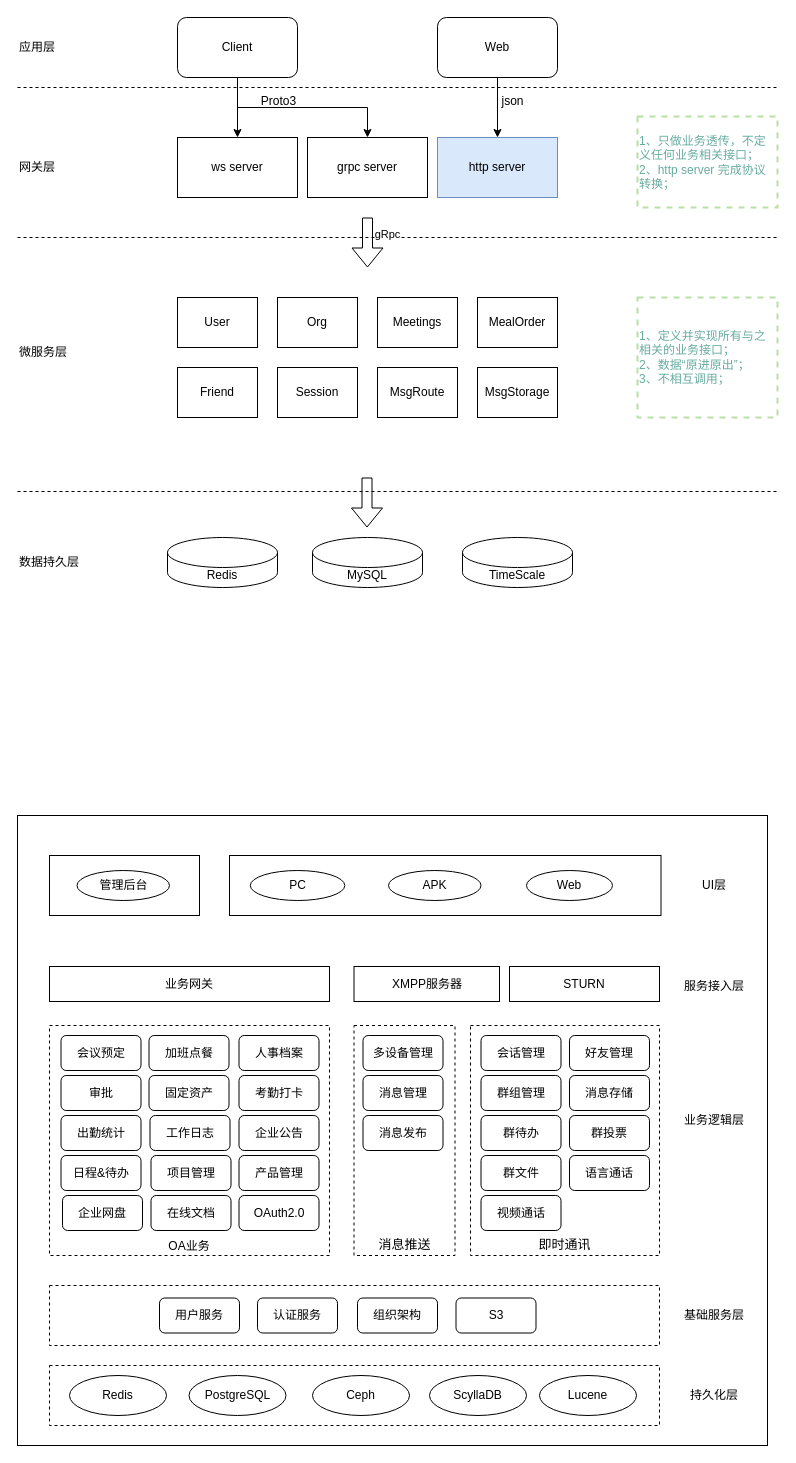
Above: page "OA架构图" (3 of 4) of StreamOA架构设计.drawio in zebra-min/my-design (draw.io), before the change. Source tidied: cells renumbered, new cells numbered last; positions are measured from the earlier drawing's top-left corner, leaving out a move shared by most shapes. Both pictures are drawn from the tidied source at 100%, with x=0, y=0 at pixel (17, 17).
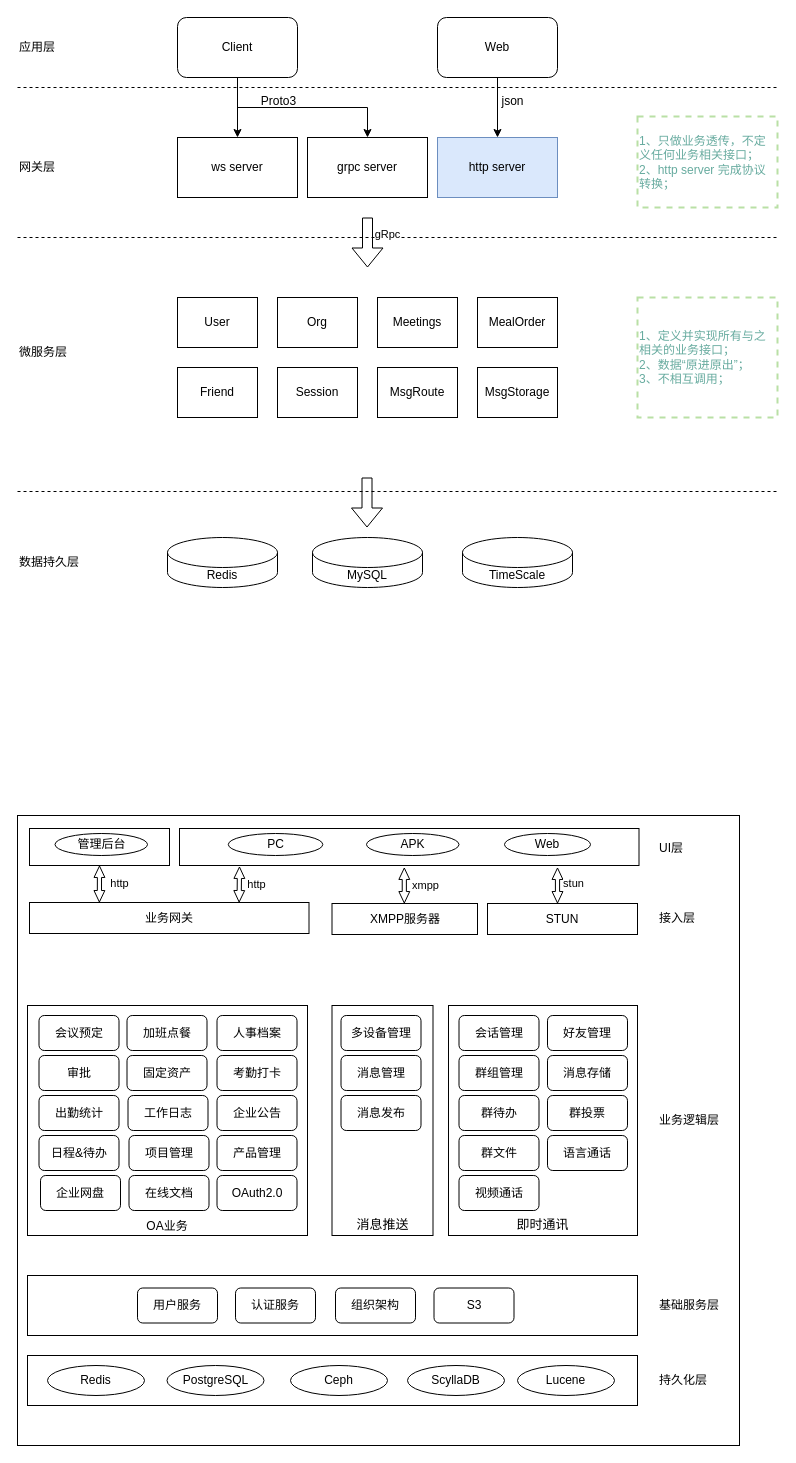
The same page after the edit.

Commit message:
更新StreamOA架构设计.drawio

Change to the diagram source:
```diff
@@
     <mxCell id="35" style="rounded=0;whiteSpace=wrap;html=1;" parent="1" vertex="1">
-      <mxGeometry y="798" width="750" height="630" as="geometry" />
+      <mxGeometry y="798" width="722" height="630" as="geometry" />
     </mxCell>
     <mxCell id="36" style="rounded=0;whiteSpace=wrap;html=1;" parent="1" vertex="1">
-      <mxGeometry x="212" y="838" width="431.5" height="60" as="geometry" />
+      <mxGeometry x="162" y="811" width="459.5" height="37" as="geometry" />
     </mxCell>
     <mxCell id="37" value="APK" style="ellipse;whiteSpace=wrap;html=1;" parent="1" vertex="1">
-      <mxGeometry x="371" y="853" width="92.5" height="30" as="geometry" />
+      <mxGeometry x="349" y="816" width="92.5" height="22" as="geometry" />
     </mxCell>
     <mxCell id="38" value="Web" style="ellipse;whiteSpace=wrap;html=1;" parent="1" vertex="1">
-      <mxGeometry x="509" y="853" width="86" height="30" as="geometry" />
+      <mxGeometry x="487" y="816" width="86" height="22" as="geometry" />
     </mxCell>
-    <mxCell id="39" value="OA业务" style="rounded=0;whiteSpace=wrap;html=1;fillStyle=auto;dashed=1;fillColor=none;verticalAlign=bottom;align=center;" parent="1" vertex="1">
-      <mxGeometry x="32" y="1008" width="280" height="230" as="geometry" />
+    <mxCell id="39" value="OA业务" style="rounded=0;whiteSpace=wrap;html=1;fillStyle=auto;fillColor=none;verticalAlign=bottom;align=center;" parent="1" vertex="1">
+      <mxGeometry x="10" y="988" width="280" height="230" as="geometry" />
     </mxCell>
-    <mxCell id="40" value="业务网关" style="rounded=0;whiteSpace=wrap;html=1;" parent="1" vertex="1">
-      <mxGeometry x="32" y="949" width="280" height="35" as="geometry" />
+    <mxCell id="40" value="业务网关" style="rounded=0;whiteSpace=wrap;html=1;points=[[0,0,0,0,0],[0,0.25,0,0,0],[0,0.5,0,0,0],[0,0.75,0,0,0],[0,1,0,0,0],[0.25,0,0,0,0],[0.25,1,0,0,0],[0.5,1,0,0,0],[0.54,0,0,0,-3],[0.75,0,0,0,0],[0.75,1,0,0,0],[1,0,0,0,0],[1,0.25,0,0,0],[1,0.5,0,0,0],[1,0.75,0,0,0],[1,1,0,0,0]];" parent="1" vertex="1">
+      <mxGeometry x="12" y="885" width="279.5" height="31" as="geometry" />
     </mxCell>
     <mxCell id="41" value="XMPP服务器" style="rounded=0;whiteSpace=wrap;html=1;" parent="1" vertex="1">
-      <mxGeometry x="336.5" y="949" width="145.5" height="35" as="geometry" />
+      <mxGeometry x="314.5" y="886" width="145.5" height="31" as="geometry" />
     </mxCell>
     <mxCell id="42" value="PC" style="ellipse;whiteSpace=wrap;html=1;" parent="1" vertex="1">
-      <mxGeometry x="232.8" y="853" width="94.5" height="30" as="geometry" />
+      <mxGeometry x="210.8" y="816" width="94.5" height="22" as="geometry" />
     </mxCell>
     <mxCell id="43" value="会议预定" style="rounded=1;whiteSpace=wrap;html=1;" parent="1" vertex="1">
-      <mxGeometry x="43.5" y="1018" width="80" height="35" as="geometry" />
+      <mxGeometry x="21.5" y="998" width="80" height="35" as="geometry" />
     </mxCell>
     <mxCell id="44" value="加班点餐" style="rounded=1;whiteSpace=wrap;html=1;" parent="1" vertex="1">
-      <mxGeometry x="131.5" y="1018" width="80" height="35" as="geometry" />
+      <mxGeometry x="109.5" y="998" width="80" height="35" as="geometry" />
     </mxCell>
     <mxCell id="45" value="人事档案" style="rounded=1;whiteSpace=wrap;html=1;" parent="1" vertex="1">
-      <mxGeometry x="221.5" y="1018" width="80" height="35" as="geometry" />
+      <mxGeometry x="199.5" y="998" width="80" height="35" as="geometry" />
     </mxCell>
     <mxCell id="46" value="审批" style="rounded=1;whiteSpace=wrap;html=1;" parent="1" vertex="1">
-      <mxGeometry x="43.5" y="1058" width="80" height="35" as="geometry" />
+      <mxGeometry x="21.5" y="1038" width="80" height="35" as="geometry" />
     </mxCell>
     <mxCell id="47" value="固定资产" style="rounded=1;whiteSpace=wrap;html=1;" parent="1" vertex="1">
-      <mxGeometry x="131.5" y="1058" width="80" height="35" as="geometry" />
+      <mxGeometry x="109.5" y="1038" width="80" height="35" as="geometry" />
     </mxCell>
     <mxCell id="48" value="考勤打卡" style="rounded=1;whiteSpace=wrap;html=1;" parent="1" vertex="1">
-      <mxGeometry x="221.5" y="1058" width="80" height="35" as="geometry" />
+      <mxGeometry x="199.5" y="1038" width="80" height="35" as="geometry" />
     </mxCell>
     <mxCell id="49" value="企业公告" style="rounded=1;whiteSpace=wrap;html=1;" parent="1" vertex="1">
-      <mxGeometry x="221.5" y="1098" width="80" height="35" as="geometry" />
+      <mxGeometry x="199.5" y="1078" width="80" height="35" as="geometry" />
     </mxCell>
     <mxCell id="50" value="出勤统计" style="rounded=1;whiteSpace=wrap;html=1;" parent="1" vertex="1">
-      <mxGeometry x="43.5" y="1098" width="80" height="35" as="geometry" />
+      <mxGeometry x="21.5" y="1078" width="80" height="35" as="geometry" />
     </mxCell>
     <mxCell id="51" value="工作日志" style="rounded=1;whiteSpace=wrap;html=1;" parent="1" vertex="1">
-      <mxGeometry x="132.5" y="1098" width="80" height="35" as="geometry" />
+      <mxGeometry x="110.5" y="1078" width="80" height="35" as="geometry" />
     </mxCell>
-    <mxCell id="52" style="rounded=0;whiteSpace=wrap;html=1;fillStyle=auto;dashed=1;fillColor=none;" parent="1" vertex="1">
-      <mxGeometry x="32" y="1268" width="610" height="60" as="geometry" />
+    <mxCell id="52" style="rounded=0;whiteSpace=wrap;html=1;fillStyle=auto;fillColor=none;" parent="1" vertex="1">
+      <mxGeometry x="10" y="1258" width="610" height="60" as="geometry" />
     </mxCell>
     <mxCell id="53" value="用户服务" style="rounded=1;whiteSpace=wrap;html=1;" parent="1" vertex="1">
-      <mxGeometry x="142" y="1280.5" width="80" height="35" as="geometry" />
+      <mxGeometry x="120" y="1270.5" width="80" height="35" as="geometry" />
     </mxCell>
     <mxCell id="54" value="认证服务" style="rounded=1;whiteSpace=wrap;html=1;" parent="1" vertex="1">
-      <mxGeometry x="240" y="1280.5" width="80" height="35" as="geometry" />
+      <mxGeometry x="218" y="1270.5" width="80" height="35" as="geometry" />
     </mxCell>
     <mxCell id="55" value="组织架构" style="rounded=1;whiteSpace=wrap;html=1;" parent="1" vertex="1">
-      <mxGeometry x="340" y="1280.5" width="80" height="35" as="geometry" />
+      <mxGeometry x="318" y="1270.5" width="80" height="35" as="geometry" />
     </mxCell>
     <mxCell id="56" value="S3" style="rounded=1;whiteSpace=wrap;html=1;" parent="1" vertex="1">
-      <mxGeometry x="438.5" y="1280.5" width="80" height="35" as="geometry" />
+      <mxGeometry x="416.5" y="1270.5" width="80" height="35" as="geometry" />
     </mxCell>
-    <mxCell id="57" value="消息推送" style="rounded=0;whiteSpace=wrap;html=1;fillStyle=auto;dashed=1;fillColor=none;verticalAlign=bottom;align=center;fontFamily=Helvetica;fontSize=13;" parent="1" vertex="1">
-      <mxGeometry x="336.5" y="1008" width="101" height="230" as="geometry" />
+    <mxCell id="57" value="消息推送" style="rounded=0;whiteSpace=wrap;html=1;fillStyle=auto;fillColor=none;verticalAlign=bottom;align=center;fontFamily=Helvetica;fontSize=13;" parent="1" vertex="1">
+      <mxGeometry x="314.5" y="988" width="101" height="230" as="geometry" />
     </mxCell>
     <mxCell id="58" value="多设备管理" style="rounded=1;whiteSpace=wrap;html=1;" parent="1" vertex="1">
-      <mxGeometry x="345.5" y="1018" width="80" height="35" as="geometry" />
+      <mxGeometry x="323.5" y="998" width="80" height="35" as="geometry" />
     </mxCell>
     <mxCell id="59" value="消息管理" style="rounded=1;whiteSpace=wrap;html=1;" parent="1" vertex="1">
-      <mxGeometry x="345.5" y="1058" width="80" height="35" as="geometry" />
+      <mxGeometry x="323.5" y="1038" width="80" height="35" as="geometry" />
     </mxCell>
     <mxCell id="60" value="消息发布" style="rounded=1;whiteSpace=wrap;html=1;" parent="1" vertex="1">
-      <mxGeometry x="345.5" y="1098" width="80" height="35" as="geometry" />
+      <mxGeometry x="323.5" y="1078" width="80" height="35" as="geometry" />
     </mxCell>
-    <mxCell id="61" value="即时通讯" style="rounded=0;whiteSpace=wrap;html=1;fillStyle=auto;dashed=1;fillColor=none;verticalAlign=bottom;align=center;fontFamily=Helvetica;fontSize=13;" parent="1" vertex="1">
-      <mxGeometry x="453" y="1008" width="189" height="230" as="geometry" />
+    <mxCell id="61" value="即时通讯" style="rounded=0;whiteSpace=wrap;html=1;fillStyle=auto;fillColor=none;verticalAlign=bottom;align=center;fontFamily=Helvetica;fontSize=13;" parent="1" vertex="1">
+      <mxGeometry x="431" y="988" width="189" height="230" as="geometry" />
     </mxCell>
     <mxCell id="62" value="会话管理" style="rounded=1;whiteSpace=wrap;html=1;" parent="1" vertex="1">
-      <mxGeometry x="463.5" y="1018" width="80" height="35" as="geometry" />
+      <mxGeometry x="441.5" y="998" width="80" height="35" as="geometry" />
     </mxCell>
     <mxCell id="63" value="好友管理" style="rounded=1;whiteSpace=wrap;html=1;" parent="1" vertex="1">
-      <mxGeometry x="552" y="1018" width="80" height="35" as="geometry" />
+      <mxGeometry x="530" y="998" width="80" height="35" as="geometry" />
     </mxCell>
     <mxCell id="64" value="群组管理" style="rounded=1;whiteSpace=wrap;html=1;" parent="1" vertex="1">
-      <mxGeometry x="463.5" y="1058" width="80" height="35" as="geometry" />
+      <mxGeometry x="441.5" y="1038" width="80" height="35" as="geometry" />
     </mxCell>
     <mxCell id="65" value="OAuth2.0" style="rounded=1;whiteSpace=wrap;html=1;" parent="1" vertex="1">
-      <mxGeometry x="221.5" y="1178" width="80" height="35" as="geometry" />
+      <mxGeometry x="199.5" y="1158" width="80" height="35" as="geometry" />
     </mxCell>
     <mxCell id="66" value="日程&amp;amp;待办" style="rounded=1;whiteSpace=wrap;html=1;" parent="1" vertex="1">
-      <mxGeometry x="43.5" y="1138" width="80" height="35" as="geometry" />
+      <mxGeometry x="21.5" y="1118" width="80" height="35" as="geometry" />
     </mxCell>
     <mxCell id="67" value="项目管理" style="rounded=1;whiteSpace=wrap;html=1;" parent="1" vertex="1">
-      <mxGeometry x="133.5" y="1138" width="80" height="35" as="geometry" />
+      <mxGeometry x="111.5" y="1118" width="80" height="35" as="geometry" />
     </mxCell>
     <mxCell id="68" value="产品管理" style="rounded=1;whiteSpace=wrap;html=1;" parent="1" vertex="1">
-      <mxGeometry x="221.5" y="1138" width="80" height="35" as="geometry" />
+      <mxGeometry x="199.5" y="1118" width="80" height="35" as="geometry" />
     </mxCell>
     <mxCell id="69" value="企业网盘" style="rounded=1;whiteSpace=wrap;html=1;" parent="1" vertex="1">
-      <mxGeometry x="45" y="1178" width="80" height="35" as="geometry" />
+      <mxGeometry x="23" y="1158" width="80" height="35" as="geometry" />
     </mxCell>
     <mxCell id="70" value="群文件" style="rounded=1;whiteSpace=wrap;html=1;" parent="1" vertex="1">
-      <mxGeometry x="463.5" y="1138" width="80" height="35" as="geometry" />
+      <mxGeometry x="441.5" y="1118" width="80" height="35" as="geometry" />
     </mxCell>
     <mxCell id="71" value="群待办" style="rounded=1;whiteSpace=wrap;html=1;" parent="1" vertex="1">
-      <mxGeometry x="463.5" y="1098" width="80" height="35" as="geometry" />
+      <mxGeometry x="441.5" y="1078" width="80" height="35" as="geometry" />
     </mxCell>
     <mxCell id="72" value="群投票" style="rounded=1;whiteSpace=wrap;html=1;" parent="1" vertex="1">
-      <mxGeometry x="552" y="1098" width="80" height="35" as="geometry" />
+      <mxGeometry x="530" y="1078" width="80" height="35" as="geometry" />
     </mxCell>
     <mxCell id="73" value="在线文档" style="rounded=1;whiteSpace=wrap;html=1;" parent="1" vertex="1">
-      <mxGeometry x="133.5" y="1178" width="80" height="35" as="geometry" />
+      <mxGeometry x="111.5" y="1158" width="80" height="35" as="geometry" />
     </mxCell>
     <mxCell id="74" value="消息存储" style="rounded=1;whiteSpace=wrap;html=1;" parent="1" vertex="1">
-      <mxGeometry x="552" y="1058" width="80" height="35" as="geometry" />
+      <mxGeometry x="530" y="1038" width="80" height="35" as="geometry" />
     </mxCell>
     <mxCell id="75" value="语言通话" style="rounded=1;whiteSpace=wrap;html=1;" parent="1" vertex="1">
-      <mxGeometry x="552" y="1138" width="80" height="35" as="geometry" />
+      <mxGeometry x="530" y="1118" width="80" height="35" as="geometry" />
     </mxCell>
     <mxCell id="76" value="视频通话" style="rounded=1;whiteSpace=wrap;html=1;" parent="1" vertex="1">
-      <mxGeometry x="463.5" y="1178" width="80" height="35" as="geometry" />
+      <mxGeometry x="441.5" y="1158" width="80" height="35" as="geometry" />
     </mxCell>
-    <mxCell id="77" value="STURN" style="rounded=0;whiteSpace=wrap;html=1;" parent="1" vertex="1">
-      <mxGeometry x="492" y="949" width="150" height="35" as="geometry" />
+    <mxCell id="77" value="STUN" style="rounded=0;whiteSpace=wrap;html=1;" parent="1" vertex="1">
+      <mxGeometry x="470" y="886" width="150" height="31" as="geometry" />
     </mxCell>
-    <mxCell id="78" style="rounded=0;whiteSpace=wrap;html=1;fillStyle=auto;dashed=1;fillColor=none;" parent="1" vertex="1">
-      <mxGeometry x="32" y="1348" width="610" height="60" as="geometry" />
+    <mxCell id="78" style="rounded=0;whiteSpace=wrap;html=1;fillStyle=auto;fillColor=none;" parent="1" vertex="1">
+      <mxGeometry x="10" y="1338" width="610" height="50" as="geometry" />
     </mxCell>
     <mxCell id="79" value="Redis" style="ellipse;whiteSpace=wrap;html=1;" parent="1" vertex="1">
-      <mxGeometry x="52" y="1358" width="97" height="40" as="geometry" />
+      <mxGeometry x="30" y="1348" width="97" height="30" as="geometry" />
     </mxCell>
     <mxCell id="80" style="rounded=0;whiteSpace=wrap;html=1;" parent="1" vertex="1">
-      <mxGeometry x="32" y="838" width="150" height="60" as="geometry" />
+      <mxGeometry x="12" y="811" width="140" height="37" as="geometry" />
     </mxCell>
     <mxCell id="81" value="PostgreSQL" style="ellipse;whiteSpace=wrap;html=1;" parent="1" vertex="1">
-      <mxGeometry x="171.5" y="1358" width="97" height="40" as="geometry" />
+      <mxGeometry x="149.5" y="1348" width="97" height="30" as="geometry" />
     </mxCell>
     <mxCell id="82" value="Ceph" style="ellipse;whiteSpace=wrap;html=1;" parent="1" vertex="1">
-      <mxGeometry x="295" y="1358" width="97" height="40" as="geometry" />
+      <mxGeometry x="273" y="1348" width="97" height="30" as="geometry" />
     </mxCell>
     <mxCell id="83" value="ScyllaDB" style="ellipse;whiteSpace=wrap;html=1;" parent="1" vertex="1">
-      <mxGeometry x="412" y="1358" width="97" height="40" as="geometry" />
+      <mxGeometry x="390" y="1348" width="97" height="30" as="geometry" />
     </mxCell>
     <mxCell id="84" value="Lucene" style="ellipse;whiteSpace=wrap;html=1;" parent="1" vertex="1">
-      <mxGeometry x="522" y="1358" width="97" height="40" as="geometry" />
+      <mxGeometry x="500" y="1348" width="97" height="30" as="geometry" />
     </mxCell>
     <mxCell id="85" value="管理后台" style="ellipse;whiteSpace=wrap;html=1;" parent="1" vertex="1">
-      <mxGeometry x="59.5" y="853" width="92.5" height="30" as="geometry" />
+      <mxGeometry x="37.5" y="816" width="92.5" height="22" as="geometry" />
     </mxCell>
-    <mxCell id="86" value="基础服务层" style="text;html=1;align=center;verticalAlign=middle;whiteSpace=wrap;rounded=0;" parent="1" vertex="1">
-      <mxGeometry x="662" y="1283" width="70" height="30" as="geometry" />
+    <mxCell id="86" value="基础服务层" style="text;html=1;align=left;verticalAlign=middle;whiteSpace=wrap;rounded=0;" parent="1" vertex="1">
+      <mxGeometry x="640" y="1273" width="70" height="30" as="geometry" />
     </mxCell>
-    <mxCell id="87" value="业务逻辑层" style="text;html=1;align=center;verticalAlign=middle;whiteSpace=wrap;rounded=0;" parent="1" vertex="1">
-      <mxGeometry x="662" y="1088" width="70" height="30" as="geometry" />
+    <mxCell id="87" value="业务逻辑层" style="text;html=1;align=left;verticalAlign=middle;whiteSpace=wrap;rounded=0;" parent="1" vertex="1">
+      <mxGeometry x="640" y="1088" width="70" height="30" as="geometry" />
     </mxCell>
-    <mxCell id="88" value="服务接入层" style="text;html=1;align=center;verticalAlign=middle;whiteSpace=wrap;rounded=0;" parent="1" vertex="1">
-      <mxGeometry x="662" y="954" width="70" height="30" as="geometry" />
-    </mxCell>
-    <mxCell id="89" value="持久化层" style="text;html=1;align=center;verticalAlign=middle;whiteSpace=wrap;rounded=0;" parent="1" vertex="1">
-      <mxGeometry x="662" y="1363" width="70" height="30" as="geometry" />
+    <mxCell id="89" value="持久化层" style="text;html=1;align=left;verticalAlign=middle;whiteSpace=wrap;rounded=0;" parent="1" vertex="1">
+      <mxGeometry x="640" y="1348" width="70" height="30" as="geometry" />
     </mxCell>
-    <mxCell id="90" value="UI层" style="text;html=1;align=center;verticalAlign=middle;whiteSpace=wrap;rounded=0;" parent="1" vertex="1">
-      <mxGeometry x="662" y="853" width="70" height="30" as="geometry" />
+    <mxCell id="90" value="UI层" style="text;html=1;align=left;verticalAlign=middle;whiteSpace=wrap;rounded=0;" parent="1" vertex="1">
+      <mxGeometry x="640" y="816" width="70" height="30" as="geometry" />
     </mxCell>
+    <mxCell id="91" value="接入层" style="text;html=1;align=left;verticalAlign=middle;whiteSpace=wrap;rounded=0;" parent="1" vertex="1">
+      <mxGeometry x="640" y="886" width="70" height="30" as="geometry" />
+    </mxCell>
+    <mxCell id="92" style="shape=flexArrow;endArrow=classic;startArrow=classic;html=1;rounded=0;width=4.166666666666667;endSize=3.491666666666667;endWidth=5.694444444444445;startWidth=5.694444444444445;startSize=3.491666666666667;entryX=0.5;entryY=1;entryDx=0;entryDy=0;exitX=0.25;exitY=0;exitDx=0;exitDy=0;exitPerimeter=0;" parent="1" edge="1" source="40" target="80">
+      <mxGeometry relative="1" as="geometry" />
+    </mxCell>
+    <mxCell id="93" value="http" style="edgeLabel;html=1;align=center;verticalAlign=middle;" parent="92" vertex="1">
+      <mxGeometry x="0.1" y="-5" relative="1" as="geometry">
+        <mxPoint x="15" as="offset" />
+      </mxGeometry>
+    </mxCell>
+    <mxCell id="94" style="shape=flexArrow;endArrow=classic;startArrow=classic;html=1;rounded=0;width=4.166666666666667;endSize=3.491666666666667;endWidth=5.694444444444445;startWidth=5.694444444444445;startSize=3.491666666666667;exitX=0.75;exitY=0;exitDx=0;exitDy=0;exitPerimeter=0;" parent="1" edge="1" source="40">
+      <mxGeometry relative="1" as="geometry">
+        <mxPoint x="222" y="849" as="targetPoint" />
+      </mxGeometry>
+    </mxCell>
+    <mxCell id="95" value="http" style="edgeLabel;html=1;align=center;verticalAlign=middle;" parent="94" vertex="1">
+      <mxGeometry x="0.04" y="-3" relative="1" as="geometry">
+        <mxPoint x="14" as="offset" />
+      </mxGeometry>
+    </mxCell>
+    <mxCell id="96" style="shape=flexArrow;endArrow=classic;startArrow=classic;html=1;rounded=0;width=4.166666666666667;endSize=3.491666666666667;endWidth=5.694444444444445;startWidth=5.694444444444445;startSize=3.491666666666667;exitX=0.75;exitY=0;exitDx=0;exitDy=0;exitPerimeter=0;" parent="1" edge="1">
+      <mxGeometry relative="1" as="geometry">
+        <mxPoint x="386.8" y="886" as="sourcePoint" />
+        <mxPoint x="386.8" y="850" as="targetPoint" />
+      </mxGeometry>
+    </mxCell>
+    <mxCell id="97" value="xmpp" style="edgeLabel;html=1;align=center;verticalAlign=middle;" parent="96" vertex="1">
+      <mxGeometry x="0.04" y="-3" relative="1" as="geometry">
+        <mxPoint x="18" as="offset" />
+      </mxGeometry>
+    </mxCell>
+    <mxCell id="98" style="shape=flexArrow;endArrow=classic;startArrow=classic;html=1;rounded=0;width=4.166666666666667;endSize=3.491666666666667;endWidth=5.694444444444445;startWidth=5.694444444444445;startSize=3.491666666666667;exitX=0.75;exitY=0;exitDx=0;exitDy=0;exitPerimeter=0;" parent="1" edge="1">
+      <mxGeometry relative="1" as="geometry">
+        <mxPoint x="540" y="886" as="sourcePoint" />
+        <mxPoint x="540" y="850" as="targetPoint" />
+      </mxGeometry>
+    </mxCell>
+    <mxCell id="99" value="stun" style="edgeLabel;html=1;align=center;verticalAlign=middle;" parent="98" vertex="1">
+      <mxGeometry x="0.17" y="-5" relative="1" as="geometry">
+        <mxPoint x="10" as="offset" />
+      </mxGeometry>
+    </mxCell>
```
